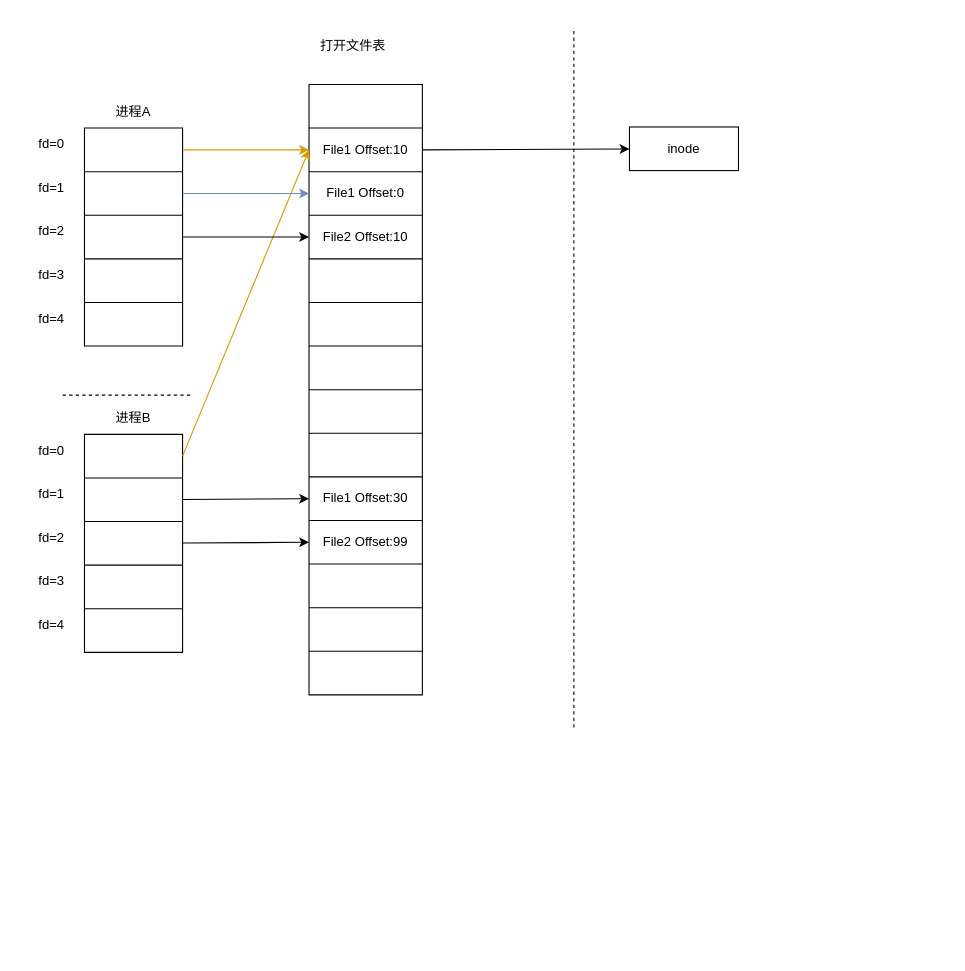
The draw.io diagram 文件系统.drawio in LxkdGithub/draw.io, before the edit. Source tidied: cells renumbered, new cells numbered last; positions are measured from the earlier drawing's top-left corner, leaving out a move shared by most shapes. Both pictures are drawn from the tidied source at 109%, with x=0, y=0 at pixel (19, 29).
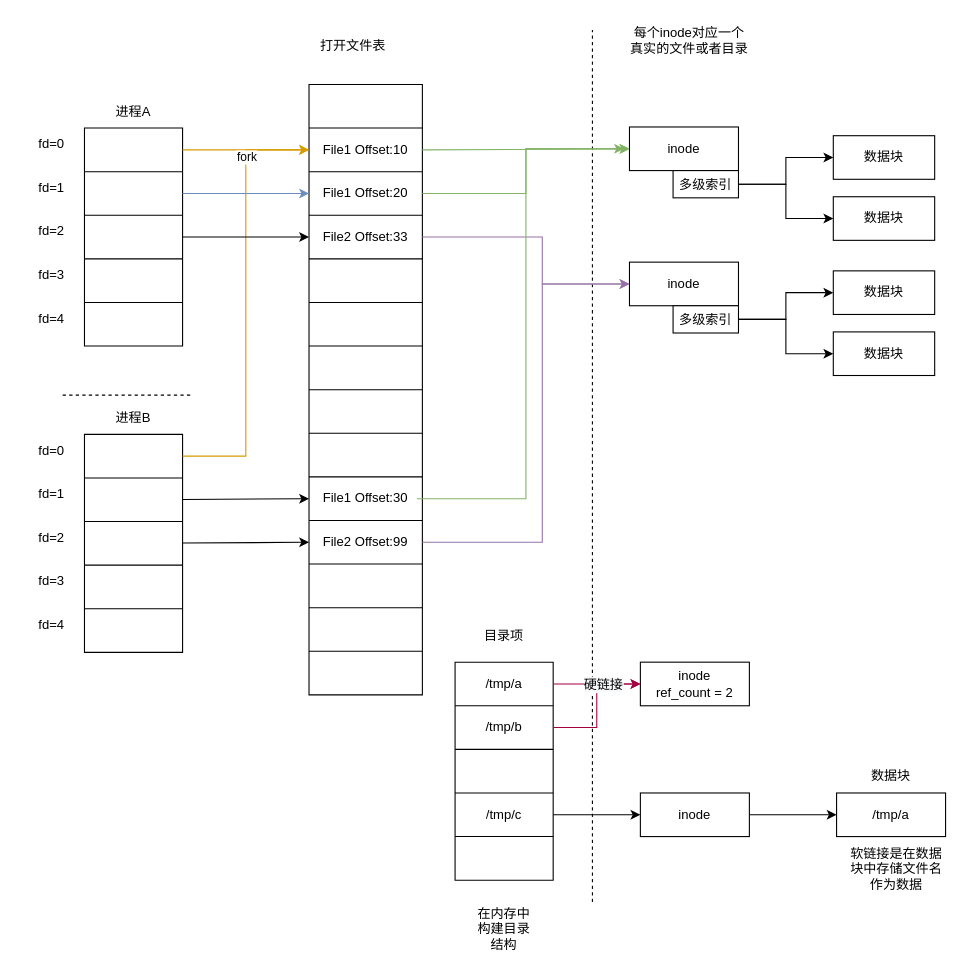
After the change.

Commit message:
更新文件系统.drawio

The change refers to these unchanged cells:
```xml
<mxCell id="21" style="shape=tableRow;horizontal=0;startSize=0;swimlaneHead=0;swimlaneBody=0;top=0;left=0;bottom=0;right=0;fillColor=none;points=[[0,0.5],[1,0.5]];portConstraint=eastwest;" parent="18" vertex="1">
  <mxGeometry y="40" width="104" height="40" as="geometry" />
</mxCell>
<mxCell id="23" style="shape=tableRow;horizontal=0;startSize=0;swimlaneHead=0;swimlaneBody=0;top=0;left=0;bottom=0;right=0;fillColor=none;points=[[0,0.5],[1,0.5]];portConstraint=eastwest;" parent="18" vertex="1">
  <mxGeometry y="80" width="104" height="40" as="geometry" />
</mxCell>
<mxCell id="25" style="shape=tableRow;horizontal=0;startSize=0;swimlaneHead=0;swimlaneBody=0;top=0;left=0;bottom=0;right=0;fillColor=none;points=[[0,0.5],[1,0.5]];portConstraint=eastwest;" parent="18" vertex="1">
  <mxGeometry y="120" width="104" height="40" as="geometry" />
</mxCell>
<mxCell id="39" style="shape=tableRow;horizontal=0;startSize=0;swimlaneHead=0;swimlaneBody=0;top=0;left=0;bottom=0;right=0;fillColor=none;points=[[0,0.5],[1,0.5]];portConstraint=eastwest;" parent="18" vertex="1">
  <mxGeometry y="400" width="104" height="40" as="geometry" />
</mxCell>
<mxCell id="49" style="shape=tableRow;horizontal=0;startSize=0;swimlaneHead=0;swimlaneBody=0;top=0;left=0;bottom=0;right=0;fillColor=none;points=[[0,0.5],[1,0.5]];portConstraint=eastwest;" parent="48" vertex="1">
  <mxGeometry width="90" height="40" as="geometry" />
</mxCell>
<mxCell id="74" value="inode" style="rounded=0;whiteSpace=wrap;html=1;" parent="1" vertex="1">
  <mxGeometry x="560" y="89" width="100" height="40" as="geometry" />
</mxCell>
```

The edit, as a diff of the source:
```diff
@@
-    <mxCell id="24" value="File1 Offset:0" style="shape=partialRectangle;html=1;whiteSpace=wrap;fillColor=none;top=0;left=0;bottom=0;right=0;overflow=hidden;" parent="23" vertex="1">
+    <mxCell id="24" value="File1 Offset:20" style="shape=partialRectangle;html=1;whiteSpace=wrap;fillColor=none;top=0;left=0;bottom=0;right=0;overflow=hidden;" parent="23" vertex="1">
       <mxGeometry width="104" height="40" as="geometry" />
     </mxCell>
@@
-    <mxCell id="26" value="File2 Offset:10" style="shape=partialRectangle;html=1;whiteSpace=wrap;fillColor=none;top=0;left=0;bottom=0;right=0;overflow=hidden;" parent="25" vertex="1">
+    <mxCell id="26" value="File2 Offset:33" style="shape=partialRectangle;html=1;whiteSpace=wrap;fillColor=none;top=0;left=0;bottom=0;right=0;overflow=hidden;" parent="25" vertex="1">
       <mxGeometry width="104" height="40" as="geometry" />
     </mxCell>
@@
-    <mxCell id="68" style="rounded=0;jettySize=auto;html=1;exitX=1;exitY=0.5;exitDx=0;exitDy=0;entryX=0;entryY=0.5;entryDx=0;entryDy=0;fillColor=#ffe6cc;strokeColor=#d79b00;" parent="1" edge="1" source="49" target="21">
+    <mxCell id="68" style="rounded=0;jettySize=auto;html=1;exitX=1;exitY=0.5;exitDx=0;exitDy=0;entryX=0;entryY=0.5;entryDx=0;entryDy=0;fillColor=#ffe6cc;strokeColor=#d79b00;edgeStyle=orthogonalEdgeStyle;" parent="1" edge="1" source="49" target="21">
       <mxGeometry relative="1" as="geometry" />
     </mxCell>
+    <mxCell id="76" value="fork" style="edgeLabel;html=1;align=center;verticalAlign=middle;" parent="68" vertex="1">
+      <mxGeometry x="0.68" relative="1" as="geometry" />
+    </mxCell>
@@
     <mxCell id="73" style="endArrow=none;dashed=1;html=1;rounded=0;fillColor=#33FFFF;" parent="1" edge="1">
       <mxGeometry relative="1" as="geometry">
-        <mxPoint x="509" y="640" as="sourcePoint" />
-        <mxPoint x="509" as="targetPoint" />
+        <mxPoint x="526" y="800" as="sourcePoint" />
+        <mxPoint x="526" as="targetPoint" />
       </mxGeometry>
     </mxCell>
@@
-    <mxCell id="75" style="edgeStyle=none;rounded=0;jettySize=auto;html=1;exitX=1;exitY=0.5;exitDx=0;exitDy=0;fillColor=#33FFFF;" parent="1" edge="1" source="21" target="74">
+    <mxCell id="75" style="edgeStyle=none;rounded=0;jettySize=auto;html=1;exitX=1;exitY=0.5;exitDx=0;exitDy=0;fillColor=#d5e8d4;strokeColor=#82b366;" parent="1" edge="1" source="21" target="74">
       <mxGeometry relative="1" as="geometry" />
     </mxCell>
+    <mxCell id="77" style="edgeStyle=orthogonalEdgeStyle;rounded=0;jettySize=auto;html=1;entryX=0;entryY=0.5;entryDx=0;entryDy=0;fillColor=#33FFFF;" parent="1" edge="1" source="79" target="80">
+      <mxGeometry relative="1" as="geometry" />
+    </mxCell>
+    <mxCell id="78" style="edgeStyle=orthogonalEdgeStyle;rounded=0;jettySize=auto;html=1;entryX=0;entryY=0.5;entryDx=0;entryDy=0;fillColor=#33FFFF;" parent="1" edge="1" source="79" target="81">
+      <mxGeometry relative="1" as="geometry" />
+    </mxCell>
+    <mxCell id="79" value="多级索引" style="rounded=0;whiteSpace=wrap;html=1;" parent="1" vertex="1">
+      <mxGeometry x="600" y="129" width="60" height="25" as="geometry" />
+    </mxCell>
+    <mxCell id="80" value="数据块" style="rounded=0;whiteSpace=wrap;html=1;" parent="1" vertex="1">
+      <mxGeometry x="747" y="97" width="93" height="40" as="geometry" />
+    </mxCell>
+    <mxCell id="81" value="数据块" style="rounded=0;whiteSpace=wrap;html=1;" parent="1" vertex="1">
+      <mxGeometry x="747" y="153" width="93" height="40" as="geometry" />
+    </mxCell>
+    <mxCell id="82" value="inode" style="rounded=0;whiteSpace=wrap;html=1;" parent="1" vertex="1">
+      <mxGeometry x="560" y="213" width="100" height="40" as="geometry" />
+    </mxCell>
+    <mxCell id="83" style="edgeStyle=orthogonalEdgeStyle;rounded=0;jettySize=auto;html=1;entryX=0;entryY=0.5;entryDx=0;entryDy=0;fillColor=#33FFFF;" parent="1" edge="1" source="85" target="86">
+      <mxGeometry relative="1" as="geometry" />
+    </mxCell>
+    <mxCell id="84" style="edgeStyle=orthogonalEdgeStyle;rounded=0;jettySize=auto;html=1;entryX=0;entryY=0.5;entryDx=0;entryDy=0;fillColor=#33FFFF;" parent="1" edge="1" source="85" target="87">
+      <mxGeometry relative="1" as="geometry" />
+    </mxCell>
+    <mxCell id="85" value="多级索引" style="rounded=0;whiteSpace=wrap;html=1;" parent="1" vertex="1">
+      <mxGeometry x="600" y="253" width="60" height="25" as="geometry" />
+    </mxCell>
+    <mxCell id="86" value="数据块" style="rounded=0;whiteSpace=wrap;html=1;" parent="1" vertex="1">
+      <mxGeometry x="747" y="221" width="93" height="40" as="geometry" />
+    </mxCell>
+    <mxCell id="87" value="数据块" style="rounded=0;whiteSpace=wrap;html=1;" parent="1" vertex="1">
+      <mxGeometry x="747" y="277" width="93" height="40" as="geometry" />
+    </mxCell>
+    <mxCell id="88" style="edgeStyle=orthogonalEdgeStyle;rounded=0;jettySize=auto;html=1;entryX=0;entryY=0.5;entryDx=0;entryDy=0;fillColor=#e1d5e7;strokeColor=#9673a6;" parent="1" edge="1" source="25" target="82">
+      <mxGeometry relative="1" as="geometry">
+        <Array as="points">
+          <mxPoint x="480" y="190" />
+          <mxPoint x="480" y="233" />
+        </Array>
+      </mxGeometry>
+    </mxCell>
+    <mxCell id="89" value="每个inode对应一个真实的文件或者目录" style="text;html=1;strokeColor=none;fillColor=none;align=center;verticalAlign=middle;whiteSpace=wrap;rounded=0;" parent="1" vertex="1">
+      <mxGeometry x="560" y="-10" width="110" height="40" as="geometry" />
+    </mxCell>
+    <mxCell id="90" style="edgeStyle=orthogonalEdgeStyle;rounded=0;jettySize=auto;html=1;entryX=0;entryY=0.5;entryDx=0;entryDy=0;fillColor=#d5e8d4;strokeColor=#82b366;" parent="1" edge="1" source="23" target="74">
+      <mxGeometry relative="1" as="geometry" />
+    </mxCell>
+    <mxCell id="91" style="edgeStyle=orthogonalEdgeStyle;rounded=0;orthogonalLoop=1;jettySize=auto;html=1;entryX=0;entryY=0.5;entryDx=0;entryDy=0;fillColor=#d5e8d4;strokeColor=#82b366;" parent="1" edge="1">
+      <mxGeometry relative="1" as="geometry">
+        <mxPoint x="365" y="430" as="sourcePoint" />
+        <mxPoint x="555" y="109" as="targetPoint" />
+        <Array as="points">
+          <mxPoint x="465" y="430" />
+          <mxPoint x="465" y="109" />
+        </Array>
+      </mxGeometry>
+    </mxCell>
+    <mxCell id="92" style="edgeStyle=orthogonalEdgeStyle;rounded=0;jettySize=auto;html=1;entryX=0;entryY=0.5;entryDx=0;entryDy=0;fillColor=#e1d5e7;strokeColor=#9673a6;" parent="1" edge="1" source="39" target="82">
+      <mxGeometry relative="1" as="geometry">
+        <Array as="points">
+          <mxPoint x="480" y="470" />
+          <mxPoint x="480" y="233" />
+        </Array>
+      </mxGeometry>
+    </mxCell>
+    <mxCell id="93" style="shape=table;html=1;whiteSpace=wrap;startSize=0;childLayout=tableLayout;" parent="1" vertex="1">
+      <mxGeometry x="400" y="580" width="90" height="200" as="geometry" />
+    </mxCell>
+    <mxCell id="94" style="shape=tableRow;horizontal=0;startSize=0;swimlaneHead=0;swimlaneBody=0;top=0;left=0;bottom=0;right=0;fillColor=none;points=[[0,0.5],[1,0.5]];portConstraint=eastwest;" parent="93" vertex="1">
+      <mxGeometry width="90" height="40" as="geometry" />
+    </mxCell>
+    <mxCell id="95" value="/tmp/a" style="shape=partialRectangle;html=1;whiteSpace=wrap;fillColor=none;top=0;left=0;bottom=0;right=0;overflow=hidden;" parent="94" vertex="1">
+      <mxGeometry width="90" height="40" as="geometry" />
+    </mxCell>
+    <mxCell id="96" style="shape=tableRow;horizontal=0;startSize=0;swimlaneHead=0;swimlaneBody=0;top=0;left=0;bottom=0;right=0;fillColor=none;points=[[0,0.5],[1,0.5]];portConstraint=eastwest;" parent="93" vertex="1">
+      <mxGeometry y="40" width="90" height="40" as="geometry" />
+    </mxCell>
+    <mxCell id="97" value="/tmp/b" style="shape=partialRectangle;html=1;whiteSpace=wrap;fillColor=none;top=0;left=0;bottom=0;right=0;overflow=hidden;" parent="96" vertex="1">
+      <mxGeometry width="90" height="40" as="geometry" />
+    </mxCell>
+    <mxCell id="98" style="shape=tableRow;horizontal=0;startSize=0;swimlaneHead=0;swimlaneBody=0;top=0;left=0;bottom=0;right=0;fillColor=none;" parent="93" vertex="1">
+      <mxGeometry y="80" width="90" height="40" as="geometry" />
+    </mxCell>
+    <mxCell id="99" style="shape=partialRectangle;html=1;whiteSpace=wrap;fillColor=none;top=0;left=0;bottom=0;right=0;overflow=hidden;" parent="98" vertex="1">
+      <mxGeometry width="90" height="40" as="geometry" />
+    </mxCell>
+    <mxCell id="100" style="shape=tableRow;horizontal=0;startSize=0;swimlaneHead=0;swimlaneBody=0;top=0;left=0;bottom=0;right=0;fillColor=none;points=[[0,0.5],[1,0.5]];portConstraint=eastwest;" parent="93" vertex="1">
+      <mxGeometry y="120" width="90" height="40" as="geometry" />
+    </mxCell>
+    <mxCell id="101" value="/tmp/c" style="shape=partialRectangle;html=1;whiteSpace=wrap;fillColor=none;top=0;left=0;bottom=0;right=0;overflow=hidden;" parent="100" vertex="1">
+      <mxGeometry width="90" height="40" as="geometry" />
+    </mxCell>
+    <mxCell id="102" style="shape=tableRow;horizontal=0;startSize=0;swimlaneHead=0;swimlaneBody=0;top=0;left=0;bottom=0;right=0;fillColor=none;" parent="93" vertex="1">
+      <mxGeometry y="160" width="90" height="40" as="geometry" />
+    </mxCell>
+    <mxCell id="103" style="shape=partialRectangle;html=1;whiteSpace=wrap;fillColor=none;top=0;left=0;bottom=0;right=0;overflow=hidden;" parent="102" vertex="1">
+      <mxGeometry width="90" height="40" as="geometry" />
+    </mxCell>
+    <mxCell id="104" value="目录项" style="text;html=1;strokeColor=none;fillColor=none;align=center;verticalAlign=middle;whiteSpace=wrap;rounded=0;" parent="1" vertex="1">
+      <mxGeometry x="415" y="541" width="60" height="30" as="geometry" />
+    </mxCell>
+    <mxCell id="105" value="inode&lt;br&gt;ref_count = 2" style="rounded=0;whiteSpace=wrap;html=1;" parent="1" vertex="1">
+      <mxGeometry x="570" y="580" width="100" height="40" as="geometry" />
+    </mxCell>
+    <mxCell id="106" style="edgeStyle=orthogonalEdgeStyle;rounded=0;jettySize=auto;html=1;entryX=0;entryY=0.5;entryDx=0;entryDy=0;fillColor=#d80073;strokeColor=#A50040;" parent="1" edge="1" source="94" target="105">
+      <mxGeometry relative="1" as="geometry" />
+    </mxCell>
+    <mxCell id="107" style="edgeStyle=orthogonalEdgeStyle;rounded=0;jettySize=auto;html=1;entryX=0;entryY=0.5;entryDx=0;entryDy=0;fillColor=#d80073;strokeColor=#A50040;" parent="1" edge="1" source="96" target="105">
+      <mxGeometry relative="1" as="geometry" />
+    </mxCell>
+    <mxCell id="108" value="&lt;span style=&quot;font-size: 12px; background-color: rgb(248, 249, 250);&quot;&gt;硬链接&lt;/span&gt;" style="edgeLabel;html=1;align=center;verticalAlign=middle;" parent="107" vertex="1">
+      <mxGeometry x="0.41" relative="1" as="geometry" />
+    </mxCell>
+    <mxCell id="109" style="edgeStyle=orthogonalEdgeStyle;rounded=0;jettySize=auto;html=1;fillColor=#33FFFF;" parent="1" edge="1" source="110" target="113">
+      <mxGeometry relative="1" as="geometry" />
+    </mxCell>
+    <mxCell id="110" value="inode" style="rounded=0;whiteSpace=wrap;html=1;" parent="1" vertex="1">
+      <mxGeometry x="570" y="700" width="100" height="40" as="geometry" />
+    </mxCell>
+    <mxCell id="111" style="edgeStyle=orthogonalEdgeStyle;rounded=0;jettySize=auto;html=1;entryX=0;entryY=0.5;entryDx=0;entryDy=0;fillColor=#33FFFF;" parent="1" edge="1" source="100" target="110">
+      <mxGeometry relative="1" as="geometry" />
+    </mxCell>
+    <mxCell id="112" value="在内存中构建目录结构" style="text;html=1;strokeColor=none;fillColor=none;align=center;verticalAlign=middle;whiteSpace=wrap;rounded=0;" parent="1" vertex="1">
+      <mxGeometry x="415" y="810" width="60" height="30" as="geometry" />
+    </mxCell>
+    <mxCell id="113" value="/tmp/a" style="rounded=0;whiteSpace=wrap;html=1;" parent="1" vertex="1">
+      <mxGeometry x="750" y="700" width="100" height="40" as="geometry" />
+    </mxCell>
+    <mxCell id="114" value="数据块" style="text;html=1;strokeColor=none;fillColor=none;align=center;verticalAlign=middle;whiteSpace=wrap;rounded=0;" parent="1" vertex="1">
+      <mxGeometry x="770" y="670" width="60" height="30" as="geometry" />
+    </mxCell>
+    <mxCell id="115" value="软链接是在数据块中存储文件名作为数据" style="text;html=1;strokeColor=none;fillColor=none;align=center;verticalAlign=middle;whiteSpace=wrap;rounded=0;" parent="1" vertex="1">
+      <mxGeometry x="760" y="750" width="90" height="40" as="geometry" />
+    </mxCell>
```
